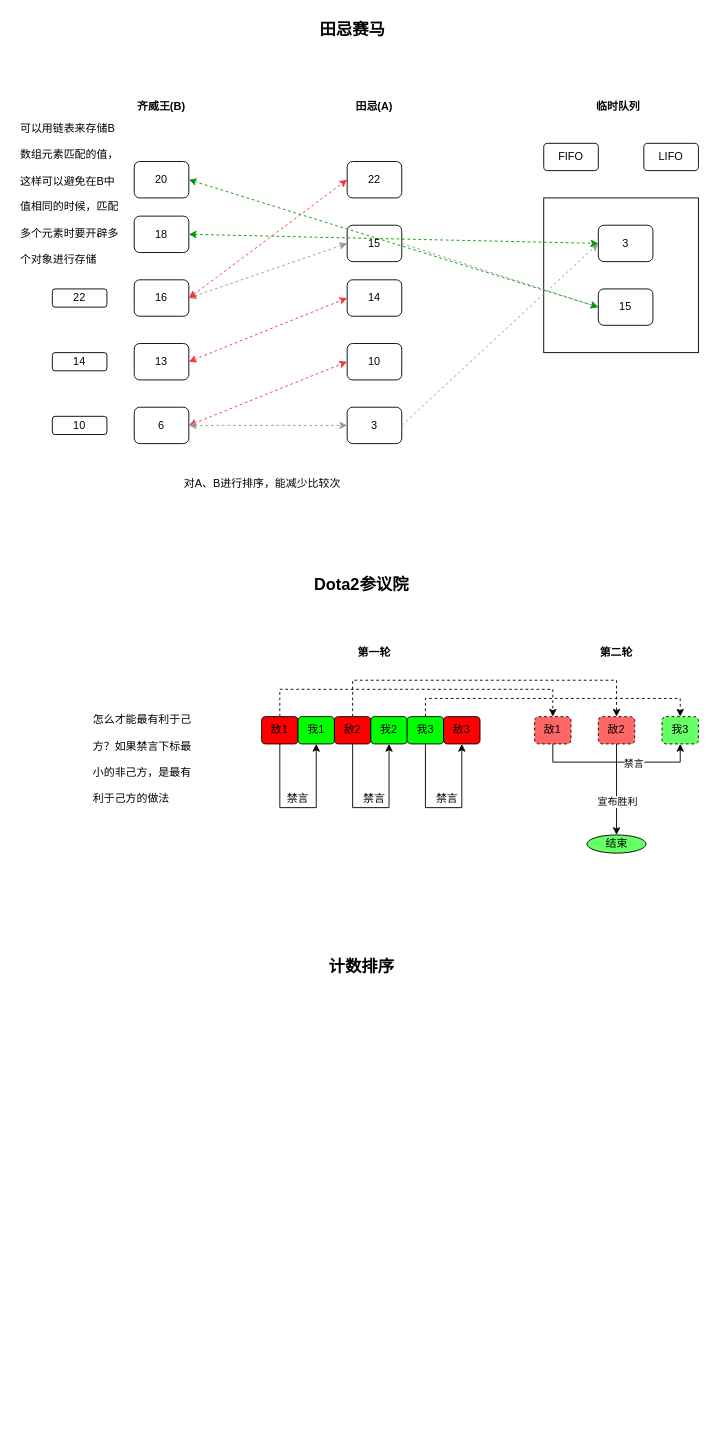
The draw.io diagram Untitled Diagram.drawio in ZHANGLIWORB/diagrams, before the edit. Source tidied: cells renumbered, new cells numbered last; positions are measured from the earlier drawing's top-left corner, leaving out a move shared by most shapes. Both pictures are drawn from the tidied source at 91%, with x=0, y=0 at pixel (15, 15).
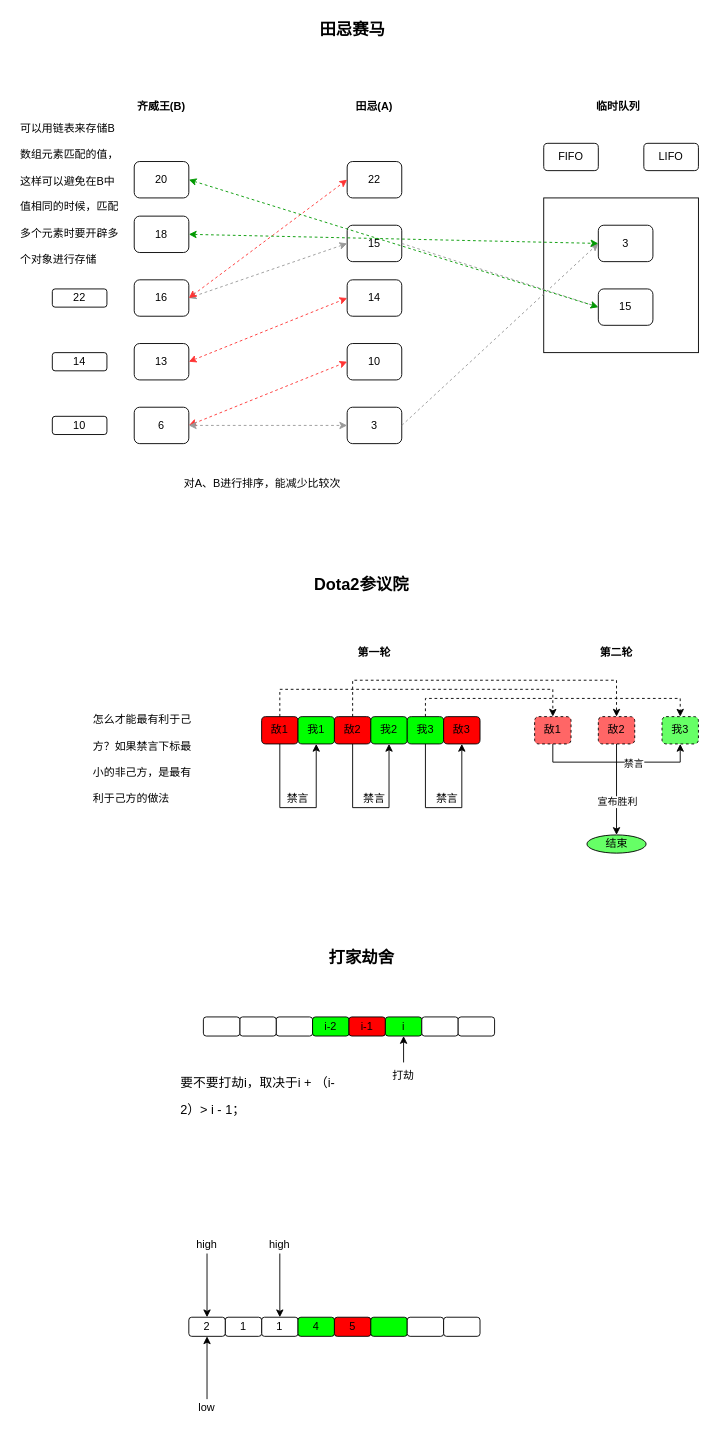
After the change.

Diff of the diagram source:
```diff
@@
-    <mxCell id="62" value="&lt;b&gt;&lt;font style=&quot;font-size: 18px&quot;&gt;计数排序&lt;/font&gt;&lt;/b&gt;" style="text;html=1;strokeColor=none;fillColor=none;align=center;verticalAlign=middle;whiteSpace=wrap;rounded=0;fontSize=16;" parent="1" vertex="1">
-      <mxGeometry x="320" y="1030" width="120" height="30" as="geometry" />
+    <mxCell id="62" value="&lt;span style=&quot;font-size: 18px&quot;&gt;&lt;b&gt;打家劫舍&lt;/b&gt;&lt;/span&gt;" style="text;html=1;strokeColor=none;fillColor=none;align=center;verticalAlign=middle;whiteSpace=wrap;rounded=0;fontSize=16;" parent="1" vertex="1">
+      <mxGeometry x="320" y="1020" width="120" height="30" as="geometry" />
     </mxCell>
+    <mxCell id="63" style="rounded=1;whiteSpace=wrap;html=1;fillColor=#FFFFFF;" parent="1" vertex="1">
+      <mxGeometry x="286" y="1100" width="40" height="21" as="geometry" />
+    </mxCell>
+    <mxCell id="64" value="i-2" style="rounded=1;whiteSpace=wrap;html=1;fillColor=#00FF00;" parent="1" vertex="1">
+      <mxGeometry x="326" y="1100" width="40" height="21" as="geometry" />
+    </mxCell>
+    <mxCell id="65" value="i-1" style="rounded=1;whiteSpace=wrap;html=1;fillColor=#FF0000;" parent="1" vertex="1">
+      <mxGeometry x="366" y="1100" width="40" height="21" as="geometry" />
+    </mxCell>
+    <mxCell id="66" value="i" style="rounded=1;whiteSpace=wrap;html=1;fillColor=#00FF00;" parent="1" vertex="1">
+      <mxGeometry x="406" y="1100" width="40" height="21" as="geometry" />
+    </mxCell>
+    <mxCell id="67" style="rounded=1;whiteSpace=wrap;html=1;" parent="1" vertex="1">
+      <mxGeometry x="446" y="1100" width="40" height="21" as="geometry" />
+    </mxCell>
+    <mxCell id="68" style="rounded=1;whiteSpace=wrap;html=1;" parent="1" vertex="1">
+      <mxGeometry x="486" y="1100" width="40" height="21" as="geometry" />
+    </mxCell>
+    <mxCell id="69" style="rounded=1;whiteSpace=wrap;html=1;" parent="1" vertex="1">
+      <mxGeometry x="246" y="1100" width="40" height="21" as="geometry" />
+    </mxCell>
+    <mxCell id="70" style="rounded=1;whiteSpace=wrap;html=1;" parent="1" vertex="1">
+      <mxGeometry x="206" y="1100" width="40" height="21" as="geometry" />
+    </mxCell>
+    <mxCell id="71" style="edgeStyle=orthogonalEdgeStyle;rounded=0;jettySize=auto;html=1;exitX=0.5;exitY=0;exitDx=0;exitDy=0;entryX=0.5;entryY=1;entryDx=0;entryDy=0;" parent="1" edge="1" source="72" target="66">
+      <mxGeometry relative="1" as="geometry" />
+    </mxCell>
+    <mxCell id="72" value="打劫" style="text;html=1;strokeColor=none;fillColor=none;align=center;verticalAlign=middle;whiteSpace=wrap;rounded=0;" parent="1" vertex="1">
+      <mxGeometry x="406" y="1150" width="40" height="30" as="geometry" />
+    </mxCell>
+    <mxCell id="73" value="&lt;h1&gt;&lt;font style=&quot;font-size: 14px ; font-weight: normal&quot;&gt;要不要打劫i，取决于i + （i-2）&amp;gt; i - 1；&lt;/font&gt;&lt;/h1&gt;" style="text;html=1;strokeColor=none;fillColor=none;spacing=5;spacingTop=-20;whiteSpace=wrap;overflow=hidden;rounded=0;" parent="1" vertex="1">
+      <mxGeometry x="176" y="1150" width="180" height="60" as="geometry" />
+    </mxCell>
+    <mxCell id="74" value="1" style="rounded=1;whiteSpace=wrap;html=1;fillColor=#FFFFFF;" parent="1" vertex="1">
+      <mxGeometry x="270" y="1430" width="40" height="21" as="geometry" />
+    </mxCell>
+    <mxCell id="75" value="4" style="rounded=1;whiteSpace=wrap;html=1;fillColor=#00FF00;" parent="1" vertex="1">
+      <mxGeometry x="310" y="1430" width="40" height="21" as="geometry" />
+    </mxCell>
+    <mxCell id="76" value="5" style="rounded=1;whiteSpace=wrap;html=1;fillColor=#FF0000;" parent="1" vertex="1">
+      <mxGeometry x="350" y="1430" width="40" height="21" as="geometry" />
+    </mxCell>
+    <mxCell id="77" style="rounded=1;whiteSpace=wrap;html=1;fillColor=#00FF00;" parent="1" vertex="1">
+      <mxGeometry x="390" y="1430" width="40" height="21" as="geometry" />
+    </mxCell>
+    <mxCell id="78" style="rounded=1;whiteSpace=wrap;html=1;" parent="1" vertex="1">
+      <mxGeometry x="430" y="1430" width="40" height="21" as="geometry" />
+    </mxCell>
+    <mxCell id="79" style="rounded=1;whiteSpace=wrap;html=1;" parent="1" vertex="1">
+      <mxGeometry x="470" y="1430" width="40" height="21" as="geometry" />
+    </mxCell>
+    <mxCell id="80" value="1" style="rounded=1;whiteSpace=wrap;html=1;" parent="1" vertex="1">
+      <mxGeometry x="230" y="1430" width="40" height="21" as="geometry" />
+    </mxCell>
+    <mxCell id="81" value="2" style="rounded=1;whiteSpace=wrap;html=1;" parent="1" vertex="1">
+      <mxGeometry x="190" y="1430" width="40" height="21" as="geometry" />
+    </mxCell>
+    <mxCell id="82" style="edgeStyle=orthogonalEdgeStyle;rounded=0;jettySize=auto;html=1;exitX=0.5;exitY=1;exitDx=0;exitDy=0;entryX=0.5;entryY=0;entryDx=0;entryDy=0;" parent="1" edge="1" source="83" target="81">
+      <mxGeometry relative="1" as="geometry" />
+    </mxCell>
+    <mxCell id="83" value="high" style="text;html=1;strokeColor=none;fillColor=none;align=center;verticalAlign=middle;whiteSpace=wrap;rounded=0;" parent="1" vertex="1">
+      <mxGeometry x="190" y="1340" width="40" height="20" as="geometry" />
+    </mxCell>
+    <mxCell id="84" style="edgeStyle=orthogonalEdgeStyle;rounded=0;jettySize=auto;html=1;exitX=0.5;exitY=0;exitDx=0;exitDy=0;entryX=0.5;entryY=1;entryDx=0;entryDy=0;" parent="1" edge="1" source="85" target="81">
+      <mxGeometry relative="1" as="geometry" />
+    </mxCell>
+    <mxCell id="85" value="low" style="text;html=1;strokeColor=none;fillColor=none;align=center;verticalAlign=middle;whiteSpace=wrap;rounded=0;" parent="1" vertex="1">
+      <mxGeometry x="190" y="1520" width="40" height="20" as="geometry" />
+    </mxCell>
+    <mxCell id="86" style="edgeStyle=orthogonalEdgeStyle;rounded=0;jettySize=auto;html=1;exitX=0.5;exitY=1;exitDx=0;exitDy=0;entryX=0.5;entryY=0;entryDx=0;entryDy=0;" parent="1" edge="1" source="87" target="74">
+      <mxGeometry relative="1" as="geometry" />
+    </mxCell>
+    <mxCell id="87" value="high" style="text;html=1;strokeColor=none;fillColor=none;align=center;verticalAlign=middle;whiteSpace=wrap;rounded=0;" parent="1" vertex="1">
+      <mxGeometry x="270" y="1340" width="40" height="20" as="geometry" />
+    </mxCell>
```
